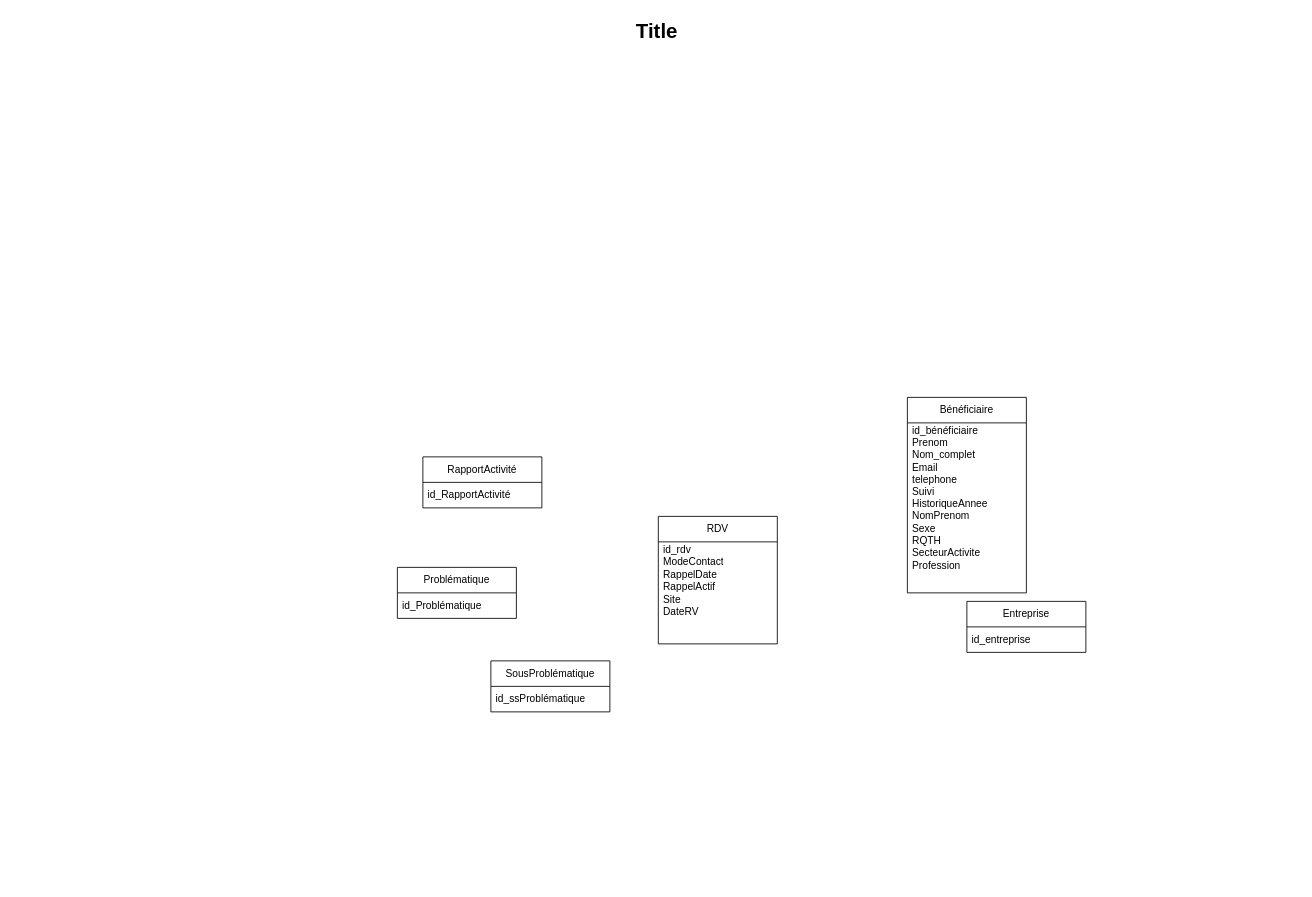
Above: mcd.drawio in lttlekiwi/diagramme (draw.io), before the change. Source tidied: cells renumbered, new cells numbered last; positions are measured from the earlier drawing's top-left corner, leaving out a move shared by most shapes. Both pictures are drawn from the tidied source at 85%, with x=0, y=0 at pixel (14, 14).
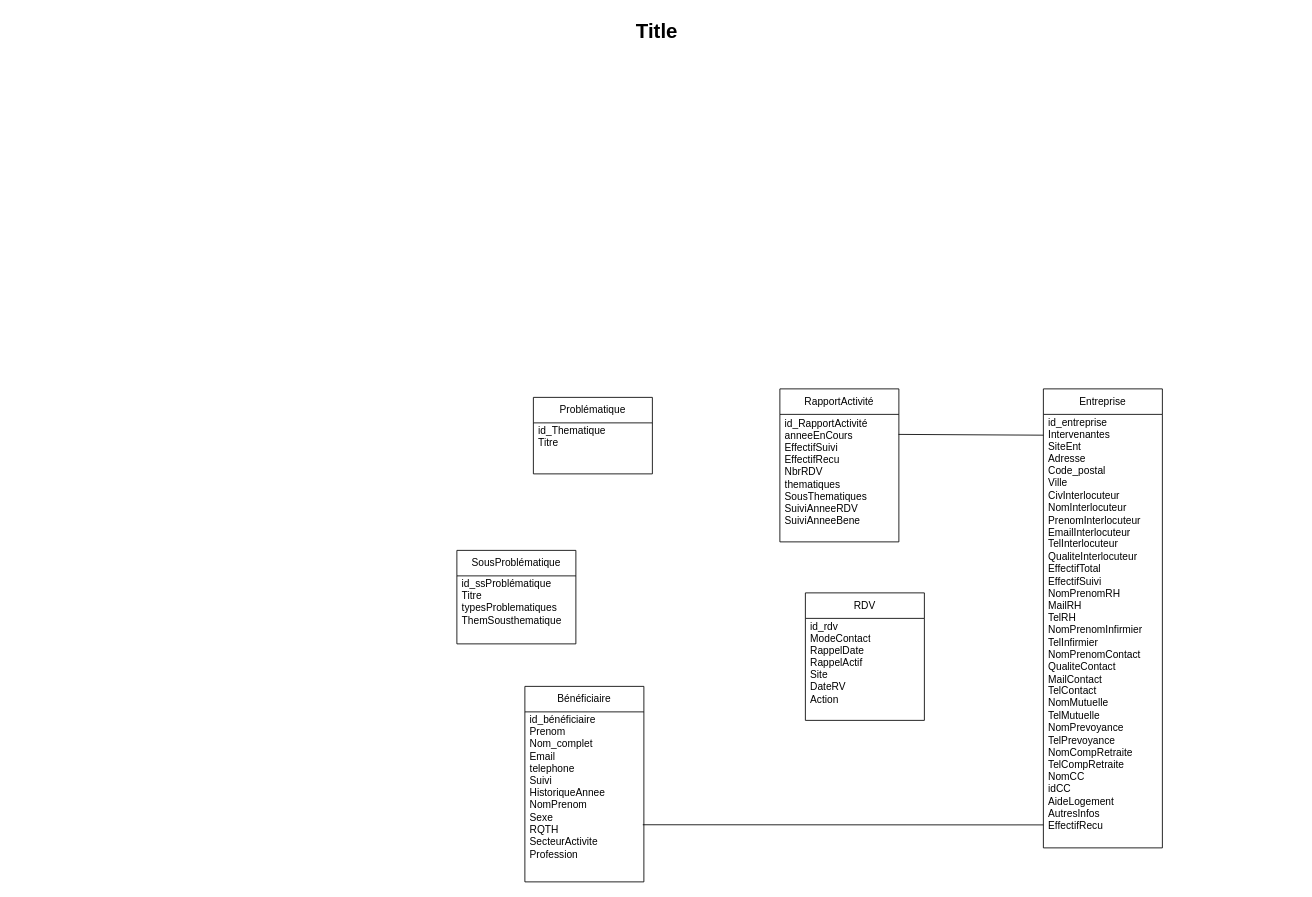
The same page after the edit.

Commit message (it also covers changes not shown here):
Mettre à jour mcd.drawio

The edit, as a diff of the source:
```diff
@@
 <mxGraphModel>
   <root>
     <mxCell id="0" />
     <mxCell id="1" parent="0" />
     <mxCell id="2" value="Title" style="text;strokeColor=none;fillColor=none;html=1;fontSize=24;fontStyle=1;verticalAlign=middle;align=center;" parent="1" vertex="1">
       <mxGeometry width="1510" height="40" as="geometry" />
     </mxCell>
     <mxCell id="3" value="RDV" style="swimlane;fontStyle=0;horizontal=1;startSize=30;whiteSpace=wrap;html=1;" parent="1" vertex="1">
-      <mxGeometry x="757" y="590" width="140" height="150" as="geometry" />
+      <mxGeometry x="930" y="680" width="140" height="150" as="geometry" />
     </mxCell>
-    <mxCell id="4" value="&lt;div&gt;id_rdv&lt;/div&gt;&lt;div&gt;ModeContact&lt;/div&gt;&lt;div&gt;RappelDate&lt;/div&gt;&lt;div&gt;RappelActif&lt;/div&gt;&lt;div&gt;Site&lt;/div&gt;&lt;div&gt;DateRV&lt;/div&gt;&lt;div&gt;&lt;br&gt;&lt;/div&gt;&lt;div&gt;&lt;br&gt;&lt;/div&gt;" style="text;strokeColor=none;fillColor=none;align=left;verticalAlign=middle;spacingLeft=4;spacingRight=4;overflow=hidden;whiteSpace=wrap;html=1;" parent="3" vertex="1">
+    <mxCell id="4" value="&lt;div&gt;id_rdv&lt;/div&gt;&lt;div&gt;ModeContact&lt;/div&gt;&lt;div&gt;RappelDate&lt;/div&gt;&lt;div&gt;RappelActif&lt;/div&gt;&lt;div&gt;Site&lt;/div&gt;&lt;div&gt;DateRV&lt;/div&gt;&lt;div&gt;Action&lt;/div&gt;&lt;div&gt;&lt;br&gt;&lt;/div&gt;&lt;div&gt;&lt;br&gt;&lt;/div&gt;" style="text;strokeColor=none;fillColor=none;align=left;verticalAlign=middle;spacingLeft=4;spacingRight=4;overflow=hidden;whiteSpace=wrap;html=1;" parent="3" vertex="1">
       <mxGeometry y="30" width="140" height="120" as="geometry" />
     </mxCell>
     <mxCell id="5" value="SousProblématique" style="swimlane;fontStyle=0;horizontal=1;startSize=30;whiteSpace=wrap;html=1;" parent="1" vertex="1">
-      <mxGeometry x="560" y="760" width="140" height="60" as="geometry" />
+      <mxGeometry x="520" y="630" width="140" height="110" as="geometry" />
     </mxCell>
-    <mxCell id="6" value="id_ssProblématique" style="text;strokeColor=none;fillColor=none;align=left;verticalAlign=middle;spacingLeft=4;spacingRight=4;overflow=hidden;whiteSpace=wrap;html=1;" parent="5" vertex="1">
-      <mxGeometry y="30" width="140" height="30" as="geometry" />
+    <mxCell id="6" value="id_ssProblématique&lt;div&gt;Titre&lt;br&gt;&lt;div&gt;typesProblematiques&lt;/div&gt;&lt;div&gt;ThemSousthematique&lt;/div&gt;&lt;/div&gt;&lt;div&gt;&lt;br&gt;&lt;/div&gt;&lt;div&gt;&lt;br&gt;&lt;/div&gt;" style="text;strokeColor=none;fillColor=none;align=left;verticalAlign=middle;spacingLeft=4;spacingRight=4;overflow=hidden;whiteSpace=wrap;html=1;" parent="5" vertex="1">
+      <mxGeometry y="30" width="140" height="80" as="geometry" />
     </mxCell>
     <mxCell id="7" value="Problématique" style="swimlane;fontStyle=0;horizontal=1;startSize=30;whiteSpace=wrap;html=1;" parent="1" vertex="1">
-      <mxGeometry x="450" y="650" width="140" height="60" as="geometry" />
+      <mxGeometry x="610" y="450" width="140" height="90" as="geometry" />
     </mxCell>
-    <mxCell id="8" value="id_Problématique" style="text;strokeColor=none;fillColor=none;align=left;verticalAlign=middle;spacingLeft=4;spacingRight=4;overflow=hidden;whiteSpace=wrap;html=1;" parent="7" vertex="1">
-      <mxGeometry y="30" width="140" height="30" as="geometry" />
+    <mxCell id="8" value="id_Thematique&lt;div&gt;Titre&lt;/div&gt;&lt;div&gt;&lt;br&gt;&lt;/div&gt;&lt;div&gt;&lt;br&gt;&lt;/div&gt;" style="text;strokeColor=none;fillColor=none;align=left;verticalAlign=middle;spacingLeft=4;spacingRight=4;overflow=hidden;whiteSpace=wrap;html=1;" parent="7" vertex="1">
+      <mxGeometry y="30" width="140" height="60" as="geometry" />
     </mxCell>
     <mxCell id="9" value="Entreprise" style="swimlane;fontStyle=0;horizontal=1;startSize=30;whiteSpace=wrap;html=1;" parent="1" vertex="1">
-      <mxGeometry x="1120" y="690" width="140" height="60" as="geometry" />
+      <mxGeometry x="1210" y="440" width="140" height="540" as="geometry" />
     </mxCell>
-    <mxCell id="10" value="id_entreprise" style="text;strokeColor=none;fillColor=none;align=left;verticalAlign=middle;spacingLeft=4;spacingRight=4;overflow=hidden;points=[[0,0.5],[1,0.5]];portConstraint=eastwest;whiteSpace=wrap;html=1;" parent="9" vertex="1">
-      <mxGeometry y="30" width="140" height="30" as="geometry" />
+    <mxCell id="10" value="id_entreprise&lt;div&gt;Intervenantes&lt;/div&gt;&lt;div&gt;SiteEnt&lt;/div&gt;&lt;div&gt;Adresse&lt;/div&gt;&lt;div&gt;Code_postal&lt;/div&gt;&lt;div&gt;Ville&lt;/div&gt;&lt;div&gt;CivInterlocuteur&lt;/div&gt;&lt;div&gt;NomInterlocuteur&lt;/div&gt;&lt;div&gt;PrenomInterlocuteur&lt;/div&gt;&lt;div&gt;&lt;span style=&quot;background-color: initial;&quot;&gt;EmailInterlocuteur&lt;/span&gt;&lt;/div&gt;&lt;div&gt;&lt;span style=&quot;background-color: initial;&quot;&gt;TelInterlocuteur&lt;/span&gt;&lt;/div&gt;&lt;div&gt;QualiteInterlocuteur&lt;/div&gt;&lt;div&gt;EffectifTotal&lt;/div&gt;&lt;div&gt;EffectifSuivi&lt;/div&gt;&lt;div&gt;NomPrenomRH&lt;/div&gt;&lt;div&gt;MailRH&lt;/div&gt;&lt;div&gt;TelRH&lt;/div&gt;&lt;div&gt;NomPrenomInfirmier&lt;/div&gt;&lt;div&gt;TelInfirmier&lt;/div&gt;&lt;div&gt;NomPrenomContact&lt;/div&gt;&lt;div&gt;QualiteContact&lt;/div&gt;&lt;div&gt;MailContact&lt;/div&gt;&lt;div&gt;TelContact&lt;/div&gt;&lt;div&gt;NomMutuelle&lt;/div&gt;&lt;div&gt;TelMutuelle&lt;/div&gt;&lt;div&gt;NomPrevoyance&lt;/div&gt;&lt;div&gt;TelPrevoyance&lt;/div&gt;&lt;div&gt;NomCompRetraite&lt;/div&gt;&lt;div&gt;TelCompRetraite&lt;/div&gt;&lt;div&gt;NomCC&lt;/div&gt;&lt;div&gt;idCC&lt;/div&gt;&lt;div&gt;AideLogement&lt;/div&gt;&lt;div&gt;AutresInfos&lt;/div&gt;&lt;div&gt;EffectifRecu&lt;/div&gt;&lt;div&gt;&lt;br&gt;&lt;/div&gt;&lt;div&gt;&lt;br&gt;&lt;/div&gt;&lt;div&gt;&lt;br&gt;&lt;/div&gt;" style="text;strokeColor=none;fillColor=none;align=left;verticalAlign=middle;spacingLeft=4;spacingRight=4;overflow=hidden;points=[[0,0.5],[1,0.5]];portConstraint=eastwest;whiteSpace=wrap;html=1;" parent="9" vertex="1">
+      <mxGeometry y="30" width="140" height="510" as="geometry" />
     </mxCell>
     <mxCell id="11" value="Bénéficiaire" style="swimlane;fontStyle=0;horizontal=1;startSize=30;whiteSpace=wrap;html=1;" parent="1" vertex="1">
-      <mxGeometry x="1050" y="450" width="140" height="230" as="geometry" />
+      <mxGeometry x="600" y="790" width="140" height="230" as="geometry" />
     </mxCell>
     <mxCell id="12" value="id_bénéficiaire&lt;div&gt;Prenom&lt;/div&gt;&lt;div&gt;Nom_complet&lt;/div&gt;&lt;div&gt;Email&lt;/div&gt;&lt;div&gt;telephone&lt;/div&gt;&lt;div&gt;Suivi&lt;/div&gt;&lt;div&gt;HistoriqueAnnee&lt;/div&gt;&lt;div&gt;NomPrenom&lt;/div&gt;&lt;div&gt;Sexe&lt;/div&gt;&lt;div&gt;RQTH&lt;/div&gt;&lt;div&gt;SecteurActivite&lt;/div&gt;&lt;div&gt;Profession&lt;/div&gt;&lt;div&gt;&lt;br&gt;&lt;/div&gt;&lt;div&gt;&lt;br&gt;&lt;/div&gt;&lt;div&gt;&lt;br&gt;&lt;/div&gt;" style="text;strokeColor=none;fillColor=none;align=left;verticalAlign=middle;spacingLeft=4;spacingRight=4;overflow=hidden;points=[[0,0.5],[1,0.5]];portConstraint=eastwest;whiteSpace=wrap;html=1;" parent="11" vertex="1">
       <mxGeometry y="30" width="140" height="200" as="geometry" />
     </mxCell>
     <mxCell id="13" value="RapportActivité" style="swimlane;fontStyle=0;horizontal=1;startSize=30;whiteSpace=wrap;html=1;" parent="1" vertex="1">
-      <mxGeometry x="480" y="520" width="140" height="60" as="geometry" />
+      <mxGeometry x="900" y="440" width="140" height="180" as="geometry" />
     </mxCell>
-    <mxCell id="14" value="id_RapportActivité" style="text;strokeColor=none;fillColor=none;align=left;verticalAlign=middle;spacingLeft=4;spacingRight=4;overflow=hidden;points=[[0,0.5],[1,0.5]];portConstraint=eastwest;whiteSpace=wrap;html=1;" parent="13" vertex="1">
-      <mxGeometry y="30" width="140" height="30" as="geometry" />
+    <mxCell id="14" value="id_RapportActivité&lt;div&gt;anneeEnCours&lt;/div&gt;&lt;div&gt;EffectifSuivi&lt;/div&gt;&lt;div&gt;EffectifRecu&lt;/div&gt;&lt;div&gt;NbrRDV&lt;/div&gt;&lt;div&gt;thematiques&lt;/div&gt;&lt;div&gt;SousThematiques&lt;/div&gt;&lt;div&gt;SuiviAnneeRDV&lt;/div&gt;&lt;div&gt;SuiviAnneeBene&lt;/div&gt;&lt;div&gt;&lt;br&gt;&lt;/div&gt;" style="text;strokeColor=none;fillColor=none;align=left;verticalAlign=middle;spacingLeft=4;spacingRight=4;overflow=hidden;points=[[0,0.5],[1,0.5]];portConstraint=eastwest;whiteSpace=wrap;html=1;" parent="13" vertex="1">
+      <mxGeometry y="30" width="140" height="150" as="geometry" />
     </mxCell>
+    <mxCell id="15" style="endArrow=none;html=1;rounded=0;entryX=0.997;entryY=0.157;entryDx=0;entryDy=0;entryPerimeter=0;exitX=0;exitY=0.048;exitDx=0;exitDy=0;exitPerimeter=0;" parent="1" edge="1" source="10" target="14">
+      <mxGeometry relative="1" as="geometry" />
+    </mxCell>
+    <mxCell id="16" style="endArrow=none;html=1;rounded=0;entryX=0;entryY=0.947;entryDx=0;entryDy=0;entryPerimeter=0;exitX=0.991;exitY=0.664;exitDx=0;exitDy=0;exitPerimeter=0;" parent="1" edge="1" source="12" target="10">
+      <mxGeometry relative="1" as="geometry" />
+    </mxCell>
   </root>
 </mxGraphModel>
```
